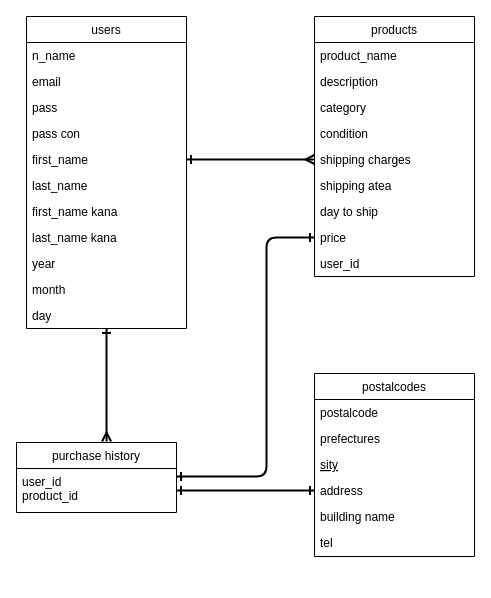
Before: furima.dio in ginia3150/furima-35719, a draw.io diagram. Source tidied: cells renumbered, new cells numbered last; positions are measured from the earlier drawing's top-left corner, leaving out a move shared by most shapes. Both pictures are drawn from the tidied source at 100%, with x=0, y=0 at pixel (16, 16).
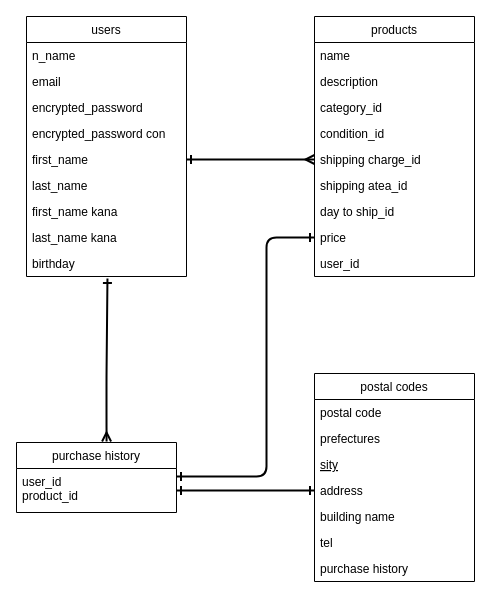
The same diagram, later.

The change refers to these unchanged cells:
```xml
<mxCell id="21" value="purchase history" style="swimlane;fontStyle=0;align=center;verticalAlign=top;horizontal=1;startSize=26;rounded=0;shadow=0;strokeWidth=1;" parent="1" vertex="1">
  <mxGeometry y="426" width="160" height="70" as="geometry" />
</mxCell>
<mxCell id="24" value="products" style="swimlane;fontStyle=0;align=center;verticalAlign=top;horizontal=1;startSize=26;rounded=0;shadow=0;strokeWidth=1;" parent="1" vertex="1">
  <mxGeometry x="298" width="160" height="260" as="geometry" />
</mxCell>
```

Change to the diagram source:
```diff
@@
     <mxCell id="2" value="users" style="swimlane;fontStyle=0;align=center;verticalAlign=top;horizontal=1;startSize=26;rounded=0;shadow=0;strokeWidth=1;" parent="1" vertex="1">
-      <mxGeometry x="10" width="160" height="312" as="geometry" />
+      <mxGeometry x="10" width="160" height="260" as="geometry" />
     </mxCell>
@@
-    <mxCell id="5" value="pass" style="text;align=left;verticalAlign=top;spacingLeft=4;spacingRight=4;overflow=hidden;rounded=0;shadow=0;html=0;" parent="2" vertex="1">
+    <mxCell id="5" value="encrypted_password" style="text;align=left;verticalAlign=top;spacingLeft=4;spacingRight=4;overflow=hidden;rounded=0;shadow=0;html=0;" parent="2" vertex="1">
       <mxGeometry y="78" width="160" height="26" as="geometry" />
     </mxCell>
-    <mxCell id="6" value="pass con" style="text;align=left;verticalAlign=top;spacingLeft=4;spacingRight=4;overflow=hidden;" parent="2" vertex="1">
+    <mxCell id="6" value="encrypted_password con" style="text;align=left;verticalAlign=top;spacingLeft=4;spacingRight=4;overflow=hidden;" parent="2" vertex="1">
       <mxGeometry y="104" width="160" height="26" as="geometry" />
     </mxCell>
@@
-    <mxCell id="11" value="year" style="text;align=left;verticalAlign=top;spacingLeft=4;spacingRight=4;overflow=hidden;points=[[0,0.5],[1,0.5]];portConstraint=eastwest;" parent="2" vertex="1">
+    <mxCell id="11" value="birthday" style="text;align=left;verticalAlign=top;spacingLeft=4;spacingRight=4;overflow=hidden;points=[[0,0.5],[1,0.5]];portConstraint=eastwest;" parent="2" vertex="1">
       <mxGeometry y="234" width="160" height="26" as="geometry" />
     </mxCell>
-    <mxCell id="12" value="month" style="text;align=left;verticalAlign=top;spacingLeft=4;spacingRight=4;overflow=hidden;" parent="2" vertex="1">
-      <mxGeometry y="260" width="160" height="26" as="geometry" />
-    </mxCell>
-    <mxCell id="13" value="day" style="text;align=left;verticalAlign=top;spacingLeft=4;spacingRight=4;overflow=hidden;points=[[0,0.5],[1,0.5]];portConstraint=eastwest;" parent="2" vertex="1">
-      <mxGeometry y="286" width="160" height="26" as="geometry" />
-    </mxCell>
-    <mxCell id="14" value="postalcodes" style="swimlane;fontStyle=0;align=center;verticalAlign=top;horizontal=1;startSize=26;rounded=0;shadow=0;strokeWidth=1;" parent="1" vertex="1">
-      <mxGeometry x="298" y="357" width="160" height="183" as="geometry" />
+    <mxCell id="14" value="postal codes" style="swimlane;fontStyle=0;align=center;verticalAlign=top;horizontal=1;startSize=26;rounded=0;shadow=0;strokeWidth=1;" parent="1" vertex="1">
+      <mxGeometry x="298" y="357" width="160" height="208" as="geometry" />
     </mxCell>
-    <mxCell id="15" value="postalcode" style="text;align=left;verticalAlign=top;spacingLeft=4;spacingRight=4;overflow=hidden;" parent="14" vertex="1">
+    <mxCell id="15" value="postal code" style="text;align=left;verticalAlign=top;spacingLeft=4;spacingRight=4;overflow=hidden;" parent="14" vertex="1">
       <mxGeometry y="26" width="160" height="26" as="geometry" />
     </mxCell>
@@
+    <mxCell id="38" value="purchase history" style="text;align=left;verticalAlign=top;spacingLeft=4;spacingRight=4;overflow=hidden;" parent="14" vertex="1">
+      <mxGeometry y="182" width="160" height="26" as="geometry" />
+    </mxCell>
@@
-    <mxCell id="25" value="product_name" style="text;align=left;verticalAlign=top;spacingLeft=4;spacingRight=4;overflow=hidden;" parent="24" vertex="1">
+    <mxCell id="25" value="name" style="text;align=left;verticalAlign=top;spacingLeft=4;spacingRight=4;overflow=hidden;" parent="24" vertex="1">
       <mxGeometry y="26" width="160" height="26" as="geometry" />
     </mxCell>
@@
-    <mxCell id="27" value="category" style="text;align=left;verticalAlign=top;spacingLeft=4;spacingRight=4;overflow=hidden;rounded=0;shadow=0;html=0;" parent="24" vertex="1">
+    <mxCell id="27" value="category_id" style="text;align=left;verticalAlign=top;spacingLeft=4;spacingRight=4;overflow=hidden;rounded=0;shadow=0;html=0;" parent="24" vertex="1">
       <mxGeometry y="78" width="160" height="26" as="geometry" />
     </mxCell>
-    <mxCell id="28" value="condition" style="text;align=left;verticalAlign=top;spacingLeft=4;spacingRight=4;overflow=hidden;rounded=0;shadow=0;html=0;" parent="24" vertex="1">
+    <mxCell id="28" value="condition_id" style="text;align=left;verticalAlign=top;spacingLeft=4;spacingRight=4;overflow=hidden;rounded=0;shadow=0;html=0;" parent="24" vertex="1">
       <mxGeometry y="104" width="160" height="26" as="geometry" />
     </mxCell>
-    <mxCell id="29" value="shipping charges" style="text;align=left;verticalAlign=top;spacingLeft=4;spacingRight=4;overflow=hidden;points=[[0,0.5],[1,0.5]];portConstraint=eastwest;rounded=0;shadow=0;html=0;" parent="24" vertex="1">
+    <mxCell id="29" value="shipping charge_id" style="text;align=left;verticalAlign=top;spacingLeft=4;spacingRight=4;overflow=hidden;points=[[0,0.5],[1,0.5]];portConstraint=eastwest;rounded=0;shadow=0;html=0;" parent="24" vertex="1">
       <mxGeometry y="130" width="160" height="26" as="geometry" />
     </mxCell>
-    <mxCell id="30" value="shipping atea" style="text;align=left;verticalAlign=top;spacingLeft=4;spacingRight=4;overflow=hidden;" parent="24" vertex="1">
+    <mxCell id="30" value="shipping atea_id" style="text;align=left;verticalAlign=top;spacingLeft=4;spacingRight=4;overflow=hidden;" parent="24" vertex="1">
       <mxGeometry y="156" width="160" height="26" as="geometry" />
     </mxCell>
-    <mxCell id="31" value="day to ship" style="text;align=left;verticalAlign=top;spacingLeft=4;spacingRight=4;overflow=hidden;" parent="24" vertex="1">
+    <mxCell id="31" value="day to ship_id" style="text;align=left;verticalAlign=top;spacingLeft=4;spacingRight=4;overflow=hidden;" parent="24" vertex="1">
       <mxGeometry y="182" width="160" height="26" as="geometry" />
     </mxCell>
@@
-    <mxCell id="35" style="endArrow=ERmany;html=1;strokeWidth=2;startArrow=ERone;startFill=0;endFill=0;entryX=0.563;entryY=-0.014;entryDx=0;entryDy=0;entryPerimeter=0;" parent="1" edge="1" source="13" target="21">
+    <mxCell id="35" style="endArrow=ERmany;html=1;strokeWidth=2;startArrow=ERone;startFill=0;endFill=0;entryX=0.563;entryY=-0.014;entryDx=0;entryDy=0;entryPerimeter=0;exitX=0.506;exitY=1.077;exitDx=0;exitDy=0;exitPerimeter=0;" parent="1" edge="1" source="11" target="21">
       <mxGeometry relative="1" as="geometry">
         <Array as="points">
           <mxPoint x="90" y="360" />
           <mxPoint x="90" y="401" />
         </Array>
       </mxGeometry>
     </mxCell>
```
